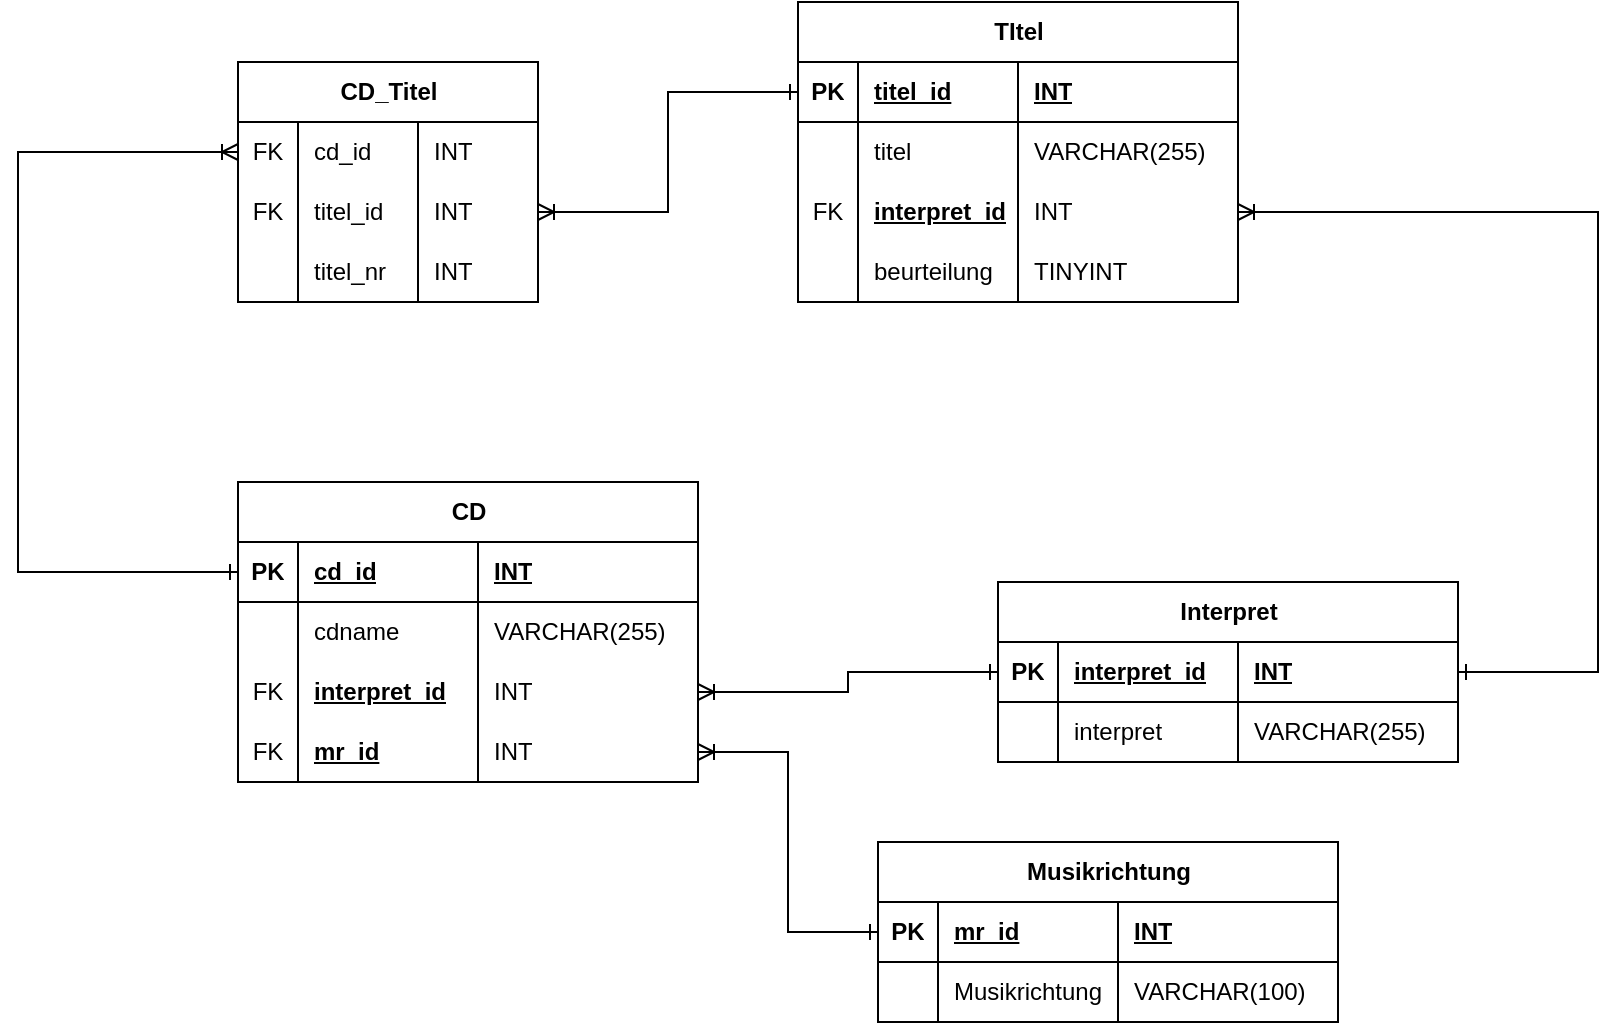
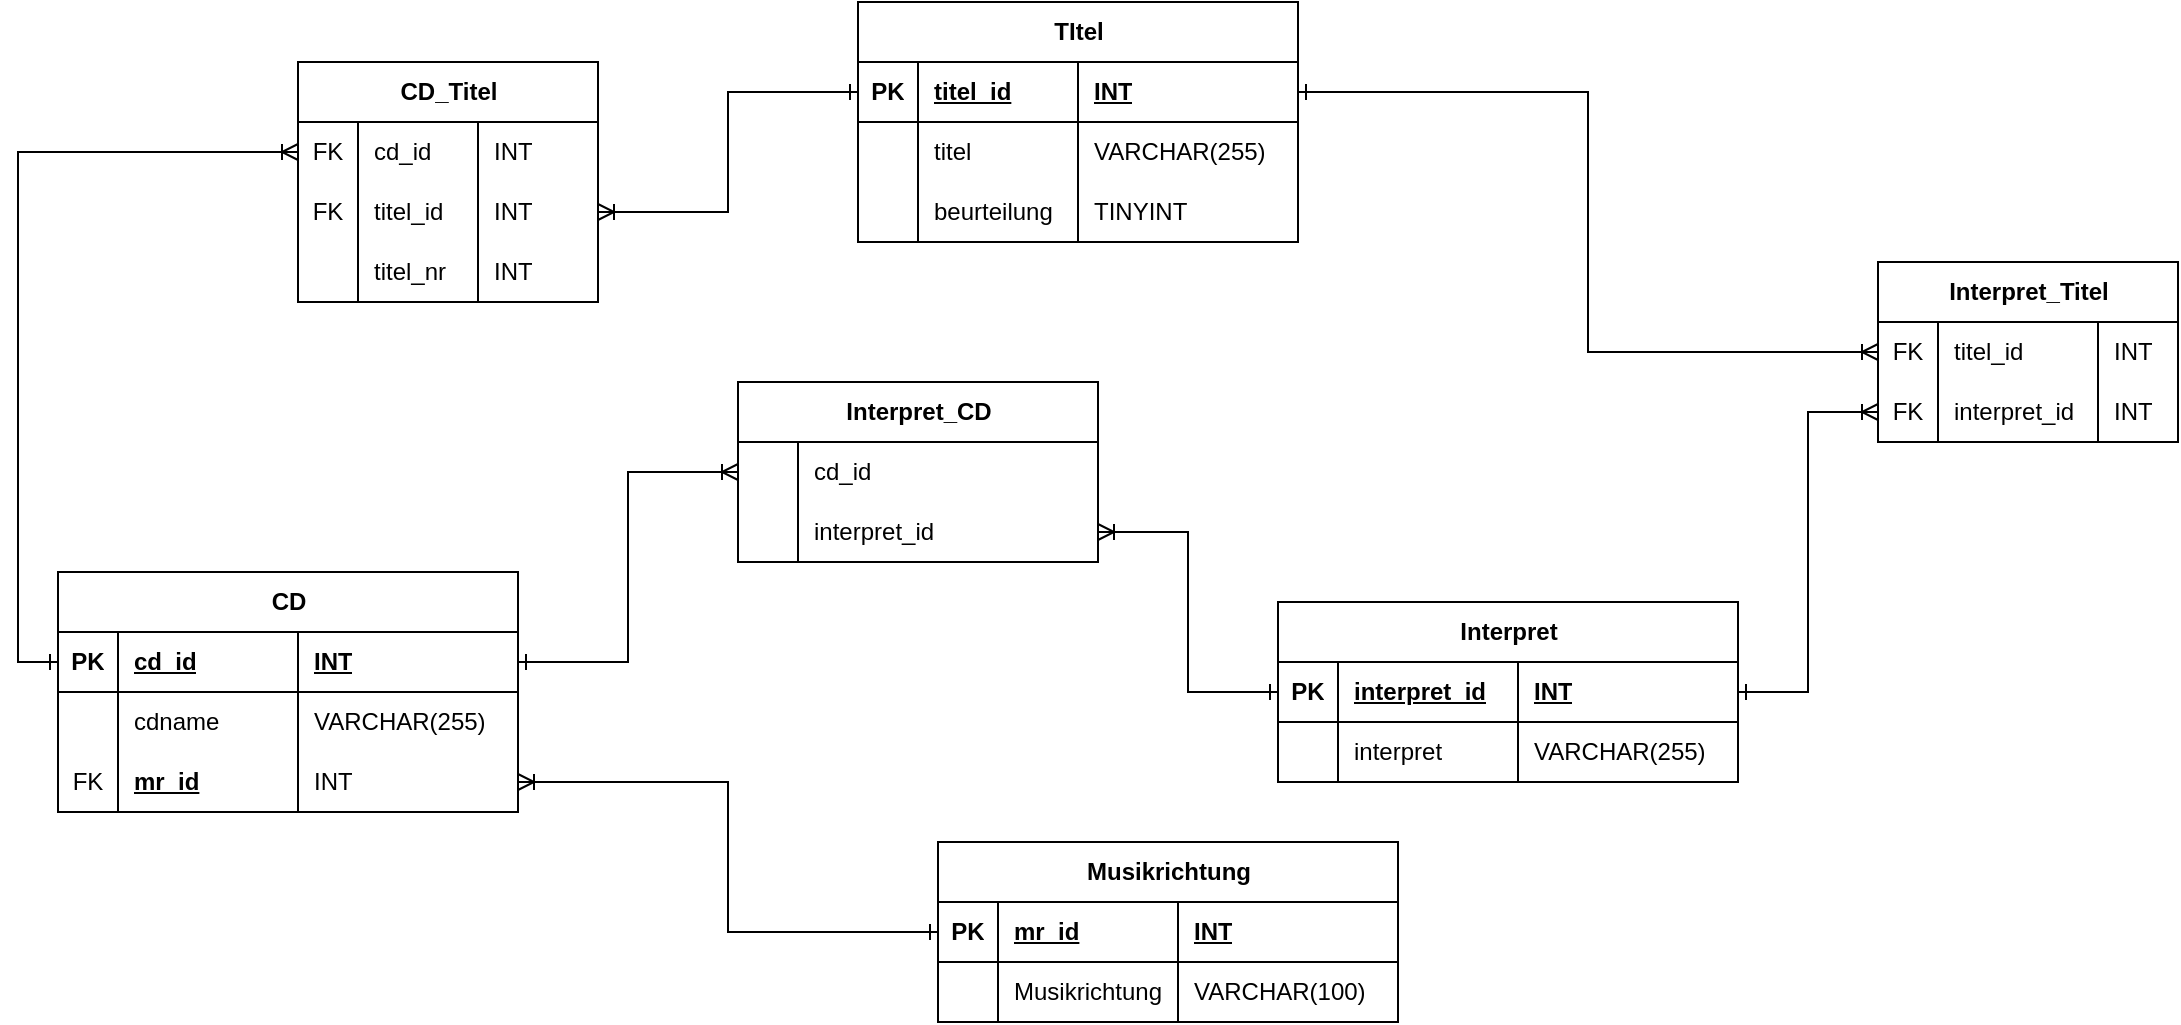
- <mxfile host="Electron" agent="Mozilla/5.0 (Windows NT 10.0; Win64; x64) AppleWebKit/537.36 (KHTML, like Gecko) draw.io/29.6.6 Chrome/144.0.7559.236 Electron/40.8.4 Safari/537.36" version="29.6.6">
+ <mxfile host="Electron" agent="Mozilla/5.0 (Windows NT 10.0; Win64; x64) AppleWebKit/537.36 (KHTML, like Gecko) draw.io/29.6.6 Chrome/144.0.7559.236 Electron/40.8.4 Safari/537.36">
  <diagram name="Page-1" id="Y9Yif99PE2crEbWCWssw">
-     <mxGraphModel dx="1778" dy="663" grid="1" gridSize="10" guides="1" tooltips="1" connect="1" arrows="1" fold="1" page="1" pageScale="1" pageWidth="827" pageHeight="1169" math="0" shadow="0">
+     <mxGraphModel dx="1982" dy="882" grid="1" gridSize="10" guides="1" tooltips="1" connect="1" arrows="1" fold="1" page="1" pageScale="1" pageWidth="827" pageHeight="1169" math="0" shadow="0">
      <root>
        <mxCell id="0" />
        <mxCell id="1" parent="0" />
        <mxCell id="jdIjezK7AvwHEA0svwDj-1" parent="1" style="shape=table;startSize=30;container=1;collapsible=1;childLayout=tableLayout;fixedRows=1;rowLines=0;fontStyle=1;align=center;resizeLast=1;html=1;" value="Musikrichtung" vertex="1">
          <mxGeometry height="90" width="230" x="-140" y="910" as="geometry" />
        </mxCell>
        <mxCell id="jdIjezK7AvwHEA0svwDj-2" parent="jdIjezK7AvwHEA0svwDj-1" style="shape=tableRow;horizontal=0;startSize=0;swimlaneHead=0;swimlaneBody=0;fillColor=none;collapsible=0;dropTarget=0;points=[[0,0.5],[1,0.5]];portConstraint=eastwest;top=0;left=0;right=0;bottom=1;" value="" vertex="1">
          <mxGeometry height="30" width="230" y="30" as="geometry" />
        </mxCell>
        <mxCell id="jdIjezK7AvwHEA0svwDj-3" parent="jdIjezK7AvwHEA0svwDj-2" style="shape=partialRectangle;connectable=0;fillColor=none;top=0;left=0;bottom=0;right=0;fontStyle=1;overflow=hidden;whiteSpace=wrap;html=1;" value="PK" vertex="1">
          <mxGeometry height="30" width="30" as="geometry">
            <mxRectangle height="30" width="30" as="alternateBounds" />
          </mxGeometry>
        </mxCell>
        <mxCell id="jdIjezK7AvwHEA0svwDj-4" parent="jdIjezK7AvwHEA0svwDj-2" style="shape=partialRectangle;connectable=0;fillColor=none;top=0;left=0;bottom=0;right=0;align=left;spacingLeft=6;fontStyle=5;overflow=hidden;whiteSpace=wrap;html=1;" value="mr_id" vertex="1">
          <mxGeometry height="30" width="90" x="30" as="geometry">
            <mxRectangle height="30" width="90" as="alternateBounds" />
          </mxGeometry>
        </mxCell>
        <mxCell id="jdIjezK7AvwHEA0svwDj-14" parent="jdIjezK7AvwHEA0svwDj-2" style="shape=partialRectangle;connectable=0;fillColor=none;top=0;left=0;bottom=0;right=0;align=left;spacingLeft=6;fontStyle=5;overflow=hidden;whiteSpace=wrap;html=1;" value="INT" vertex="1">
          <mxGeometry height="30" width="110" x="120" as="geometry">
            <mxRectangle height="30" width="110" as="alternateBounds" />
          </mxGeometry>
        </mxCell>
        <mxCell id="jdIjezK7AvwHEA0svwDj-5" parent="jdIjezK7AvwHEA0svwDj-1" style="shape=tableRow;horizontal=0;startSize=0;swimlaneHead=0;swimlaneBody=0;fillColor=none;collapsible=0;dropTarget=0;points=[[0,0.5],[1,0.5]];portConstraint=eastwest;top=0;left=0;right=0;bottom=0;" value="" vertex="1">
          <mxGeometry height="30" width="230" y="60" as="geometry" />
        </mxCell>
        <mxCell id="jdIjezK7AvwHEA0svwDj-6" parent="jdIjezK7AvwHEA0svwDj-5" style="shape=partialRectangle;connectable=0;fillColor=none;top=0;left=0;bottom=0;right=0;editable=1;overflow=hidden;whiteSpace=wrap;html=1;" value="" vertex="1">
          <mxGeometry height="30" width="30" as="geometry">
            <mxRectangle height="30" width="30" as="alternateBounds" />
          </mxGeometry>
        </mxCell>
        <mxCell id="jdIjezK7AvwHEA0svwDj-7" parent="jdIjezK7AvwHEA0svwDj-5" style="shape=partialRectangle;connectable=0;fillColor=none;top=0;left=0;bottom=0;right=0;align=left;spacingLeft=6;overflow=hidden;whiteSpace=wrap;html=1;" value="Musikrichtung" vertex="1">
          <mxGeometry height="30" width="90" x="30" as="geometry">
            <mxRectangle height="30" width="90" as="alternateBounds" />
          </mxGeometry>
        </mxCell>
        <mxCell id="jdIjezK7AvwHEA0svwDj-15" parent="jdIjezK7AvwHEA0svwDj-5" style="shape=partialRectangle;connectable=0;fillColor=none;top=0;left=0;bottom=0;right=0;align=left;spacingLeft=6;overflow=hidden;whiteSpace=wrap;html=1;" value="VARCHAR(100)" vertex="1">
          <mxGeometry height="30" width="110" x="120" as="geometry">
            <mxRectangle height="30" width="110" as="alternateBounds" />
          </mxGeometry>
        </mxCell>
        <mxCell id="jdIjezK7AvwHEA0svwDj-16" parent="1" style="shape=table;startSize=30;container=1;collapsible=1;childLayout=tableLayout;fixedRows=1;rowLines=0;fontStyle=1;align=center;resizeLast=1;html=1;" value="Interpret" vertex="1">
-           <mxGeometry height="90" width="230" x="-80" y="780" as="geometry" />
+           <mxGeometry height="90" width="230" x="30" y="790" as="geometry" />
        </mxCell>
        <mxCell id="jdIjezK7AvwHEA0svwDj-17" parent="jdIjezK7AvwHEA0svwDj-16" style="shape=tableRow;horizontal=0;startSize=0;swimlaneHead=0;swimlaneBody=0;fillColor=none;collapsible=0;dropTarget=0;points=[[0,0.5],[1,0.5]];portConstraint=eastwest;top=0;left=0;right=0;bottom=1;" value="" vertex="1">
          <mxGeometry height="30" width="230" y="30" as="geometry" />
        </mxCell>
        <mxCell id="jdIjezK7AvwHEA0svwDj-18" parent="jdIjezK7AvwHEA0svwDj-17" style="shape=partialRectangle;connectable=0;fillColor=none;top=0;left=0;bottom=0;right=0;fontStyle=1;overflow=hidden;whiteSpace=wrap;html=1;" value="PK" vertex="1">
          <mxGeometry height="30" width="30" as="geometry">
            <mxRectangle height="30" width="30" as="alternateBounds" />
          </mxGeometry>
        </mxCell>
        <mxCell id="jdIjezK7AvwHEA0svwDj-19" parent="jdIjezK7AvwHEA0svwDj-17" style="shape=partialRectangle;connectable=0;fillColor=none;top=0;left=0;bottom=0;right=0;align=left;spacingLeft=6;fontStyle=5;overflow=hidden;whiteSpace=wrap;html=1;" value="interpret_id" vertex="1">
          <mxGeometry height="30" width="90" x="30" as="geometry">
            <mxRectangle height="30" width="90" as="alternateBounds" />
          </mxGeometry>
        </mxCell>
        <mxCell id="jdIjezK7AvwHEA0svwDj-29" parent="jdIjezK7AvwHEA0svwDj-17" style="shape=partialRectangle;connectable=0;fillColor=none;top=0;left=0;bottom=0;right=0;align=left;spacingLeft=6;fontStyle=5;overflow=hidden;whiteSpace=wrap;html=1;" value="INT" vertex="1">
          <mxGeometry height="30" width="110" x="120" as="geometry">
            <mxRectangle height="30" width="110" as="alternateBounds" />
          </mxGeometry>
        </mxCell>
        <mxCell id="jdIjezK7AvwHEA0svwDj-20" parent="jdIjezK7AvwHEA0svwDj-16" style="shape=tableRow;horizontal=0;startSize=0;swimlaneHead=0;swimlaneBody=0;fillColor=none;collapsible=0;dropTarget=0;points=[[0,0.5],[1,0.5]];portConstraint=eastwest;top=0;left=0;right=0;bottom=0;" value="" vertex="1">
          <mxGeometry height="30" width="230" y="60" as="geometry" />
        </mxCell>
        <mxCell id="jdIjezK7AvwHEA0svwDj-21" parent="jdIjezK7AvwHEA0svwDj-20" style="shape=partialRectangle;connectable=0;fillColor=none;top=0;left=0;bottom=0;right=0;editable=1;overflow=hidden;whiteSpace=wrap;html=1;" value="" vertex="1">
          <mxGeometry height="30" width="30" as="geometry">
            <mxRectangle height="30" width="30" as="alternateBounds" />
          </mxGeometry>
        </mxCell>
        <mxCell id="jdIjezK7AvwHEA0svwDj-22" parent="jdIjezK7AvwHEA0svwDj-20" style="shape=partialRectangle;connectable=0;fillColor=none;top=0;left=0;bottom=0;right=0;align=left;spacingLeft=6;overflow=hidden;whiteSpace=wrap;html=1;" value="interpret" vertex="1">
          <mxGeometry height="30" width="90" x="30" as="geometry">
            <mxRectangle height="30" width="90" as="alternateBounds" />
          </mxGeometry>
        </mxCell>
        <mxCell id="jdIjezK7AvwHEA0svwDj-30" parent="jdIjezK7AvwHEA0svwDj-20" style="shape=partialRectangle;connectable=0;fillColor=none;top=0;left=0;bottom=0;right=0;align=left;spacingLeft=6;overflow=hidden;whiteSpace=wrap;html=1;" value="VARCHAR(255)" vertex="1">
          <mxGeometry height="30" width="110" x="120" as="geometry">
            <mxRectangle height="30" width="110" as="alternateBounds" />
          </mxGeometry>
        </mxCell>
        <mxCell id="jdIjezK7AvwHEA0svwDj-31" parent="1" style="shape=table;startSize=30;container=1;collapsible=1;childLayout=tableLayout;fixedRows=1;rowLines=0;fontStyle=1;align=center;resizeLast=1;html=1;" value="CD" vertex="1">
-           <mxGeometry height="150" width="230" x="-460" y="730" as="geometry" />
+           <mxGeometry height="120" width="230" x="-580" y="775" as="geometry" />
        </mxCell>
        <mxCell id="jdIjezK7AvwHEA0svwDj-32" parent="jdIjezK7AvwHEA0svwDj-31" style="shape=tableRow;horizontal=0;startSize=0;swimlaneHead=0;swimlaneBody=0;fillColor=none;collapsible=0;dropTarget=0;points=[[0,0.5],[1,0.5]];portConstraint=eastwest;top=0;left=0;right=0;bottom=1;" value="" vertex="1">
          <mxGeometry height="30" width="230" y="30" as="geometry" />
        </mxCell>
        <mxCell id="jdIjezK7AvwHEA0svwDj-33" parent="jdIjezK7AvwHEA0svwDj-32" style="shape=partialRectangle;connectable=0;fillColor=none;top=0;left=0;bottom=0;right=0;fontStyle=1;overflow=hidden;whiteSpace=wrap;html=1;" value="PK" vertex="1">
          <mxGeometry height="30" width="30" as="geometry">
            <mxRectangle height="30" width="30" as="alternateBounds" />
          </mxGeometry>
        </mxCell>
        <mxCell id="jdIjezK7AvwHEA0svwDj-34" parent="jdIjezK7AvwHEA0svwDj-32" style="shape=partialRectangle;connectable=0;fillColor=none;top=0;left=0;bottom=0;right=0;align=left;spacingLeft=6;fontStyle=5;overflow=hidden;whiteSpace=wrap;html=1;" value="cd_id" vertex="1">
          <mxGeometry height="30" width="90" x="30" as="geometry">
            <mxRectangle height="30" width="90" as="alternateBounds" />
          </mxGeometry>
        </mxCell>
        <mxCell id="jdIjezK7AvwHEA0svwDj-69" parent="jdIjezK7AvwHEA0svwDj-32" style="shape=partialRectangle;connectable=0;fillColor=none;top=0;left=0;bottom=0;right=0;align=left;spacingLeft=6;fontStyle=5;overflow=hidden;whiteSpace=wrap;html=1;" value="INT" vertex="1">
          <mxGeometry height="30" width="110" x="120" as="geometry">
            <mxRectangle height="30" width="110" as="alternateBounds" />
          </mxGeometry>
        </mxCell>
        <mxCell id="jdIjezK7AvwHEA0svwDj-35" parent="jdIjezK7AvwHEA0svwDj-31" style="shape=tableRow;horizontal=0;startSize=0;swimlaneHead=0;swimlaneBody=0;fillColor=none;collapsible=0;dropTarget=0;points=[[0,0.5],[1,0.5]];portConstraint=eastwest;top=0;left=0;right=0;bottom=0;" value="" vertex="1">
          <mxGeometry height="30" width="230" y="60" as="geometry" />
        </mxCell>
        <mxCell id="jdIjezK7AvwHEA0svwDj-36" parent="jdIjezK7AvwHEA0svwDj-35" style="shape=partialRectangle;connectable=0;fillColor=none;top=0;left=0;bottom=0;right=0;editable=1;overflow=hidden;whiteSpace=wrap;html=1;" value="" vertex="1">
          <mxGeometry height="30" width="30" as="geometry">
            <mxRectangle height="30" width="30" as="alternateBounds" />
          </mxGeometry>
        </mxCell>
        <mxCell id="jdIjezK7AvwHEA0svwDj-37" parent="jdIjezK7AvwHEA0svwDj-35" style="shape=partialRectangle;connectable=0;fillColor=none;top=0;left=0;bottom=0;right=0;align=left;spacingLeft=6;overflow=hidden;whiteSpace=wrap;html=1;" value="cdname" vertex="1">
          <mxGeometry height="30" width="90" x="30" as="geometry">
            <mxRectangle height="30" width="90" as="alternateBounds" />
          </mxGeometry>
        </mxCell>
        <mxCell id="jdIjezK7AvwHEA0svwDj-70" parent="jdIjezK7AvwHEA0svwDj-35" style="shape=partialRectangle;connectable=0;fillColor=none;top=0;left=0;bottom=0;right=0;align=left;spacingLeft=6;overflow=hidden;whiteSpace=wrap;html=1;" value="VARCHAR(255)" vertex="1">
          <mxGeometry height="30" width="110" x="120" as="geometry">
            <mxRectangle height="30" width="110" as="alternateBounds" />
          </mxGeometry>
        </mxCell>
-         <mxCell id="jdIjezK7AvwHEA0svwDj-38" parent="jdIjezK7AvwHEA0svwDj-31" style="shape=tableRow;horizontal=0;startSize=0;swimlaneHead=0;swimlaneBody=0;fillColor=none;collapsible=0;dropTarget=0;points=[[0,0.5],[1,0.5]];portConstraint=eastwest;top=0;left=0;right=0;bottom=0;" value="" vertex="1">
+         <mxCell id="jdIjezK7AvwHEA0svwDj-41" parent="jdIjezK7AvwHEA0svwDj-31" style="shape=tableRow;horizontal=0;startSize=0;swimlaneHead=0;swimlaneBody=0;fillColor=none;collapsible=0;dropTarget=0;points=[[0,0.5],[1,0.5]];portConstraint=eastwest;top=0;left=0;right=0;bottom=0;" value="" vertex="1">
          <mxGeometry height="30" width="230" y="90" as="geometry" />
        </mxCell>
-         <mxCell id="jdIjezK7AvwHEA0svwDj-39" parent="jdIjezK7AvwHEA0svwDj-38" style="shape=partialRectangle;connectable=0;fillColor=none;top=0;left=0;bottom=0;right=0;editable=1;overflow=hidden;whiteSpace=wrap;html=1;" value="FK" vertex="1">
-           <mxGeometry height="30" width="30" as="geometry">
-             <mxRectangle height="30" width="30" as="alternateBounds" />
-           </mxGeometry>
-         </mxCell>
-         <mxCell id="jdIjezK7AvwHEA0svwDj-40" parent="jdIjezK7AvwHEA0svwDj-38" style="shape=partialRectangle;connectable=0;fillColor=none;top=0;left=0;bottom=0;right=0;align=left;spacingLeft=6;overflow=hidden;whiteSpace=wrap;html=1;" value="&lt;span style=&quot;font-weight: 700; text-decoration-line: underline;&quot;&gt;interpret_id&lt;/span&gt;" vertex="1">
-           <mxGeometry height="30" width="90" x="30" as="geometry">
-             <mxRectangle height="30" width="90" as="alternateBounds" />
-           </mxGeometry>
-         </mxCell>
-         <mxCell id="jdIjezK7AvwHEA0svwDj-71" parent="jdIjezK7AvwHEA0svwDj-38" style="shape=partialRectangle;connectable=0;fillColor=none;top=0;left=0;bottom=0;right=0;align=left;spacingLeft=6;overflow=hidden;whiteSpace=wrap;html=1;" value="INT" vertex="1">
-           <mxGeometry height="30" width="110" x="120" as="geometry">
-             <mxRectangle height="30" width="110" as="alternateBounds" />
-           </mxGeometry>
-         </mxCell>
-         <mxCell id="jdIjezK7AvwHEA0svwDj-41" parent="jdIjezK7AvwHEA0svwDj-31" style="shape=tableRow;horizontal=0;startSize=0;swimlaneHead=0;swimlaneBody=0;fillColor=none;collapsible=0;dropTarget=0;points=[[0,0.5],[1,0.5]];portConstraint=eastwest;top=0;left=0;right=0;bottom=0;" value="" vertex="1">
-           <mxGeometry height="30" width="230" y="120" as="geometry" />
-         </mxCell>
        <mxCell id="jdIjezK7AvwHEA0svwDj-42" parent="jdIjezK7AvwHEA0svwDj-41" style="shape=partialRectangle;connectable=0;fillColor=none;top=0;left=0;bottom=0;right=0;editable=1;overflow=hidden;whiteSpace=wrap;html=1;" value="FK" vertex="1">
          <mxGeometry height="30" width="30" as="geometry">
            <mxRectangle height="30" width="30" as="alternateBounds" />
          </mxGeometry>
        </mxCell>
        <mxCell id="jdIjezK7AvwHEA0svwDj-43" parent="jdIjezK7AvwHEA0svwDj-41" style="shape=partialRectangle;connectable=0;fillColor=none;top=0;left=0;bottom=0;right=0;align=left;spacingLeft=6;overflow=hidden;whiteSpace=wrap;html=1;" value="&lt;span style=&quot;font-weight: 700; text-decoration-line: underline;&quot;&gt;mr_id&lt;/span&gt;" vertex="1">
          <mxGeometry height="30" width="90" x="30" as="geometry">
            <mxRectangle height="30" width="90" as="alternateBounds" />
          </mxGeometry>
        </mxCell>
        <mxCell id="jdIjezK7AvwHEA0svwDj-72" parent="jdIjezK7AvwHEA0svwDj-41" style="shape=partialRectangle;connectable=0;fillColor=none;top=0;left=0;bottom=0;right=0;align=left;spacingLeft=6;overflow=hidden;whiteSpace=wrap;html=1;" value="INT" vertex="1">
          <mxGeometry height="30" width="110" x="120" as="geometry">
            <mxRectangle height="30" width="110" as="alternateBounds" />
          </mxGeometry>
        </mxCell>
        <mxCell id="jdIjezK7AvwHEA0svwDj-44" parent="1" style="shape=table;startSize=30;container=1;collapsible=1;childLayout=tableLayout;fixedRows=1;rowLines=0;fontStyle=1;align=center;resizeLast=1;html=1;" value="TItel" vertex="1">
-           <mxGeometry height="150" width="220" x="-180" y="490" as="geometry" />
+           <mxGeometry height="120" width="220" x="-180" y="490" as="geometry" />
        </mxCell>
        <mxCell id="jdIjezK7AvwHEA0svwDj-45" parent="jdIjezK7AvwHEA0svwDj-44" style="shape=tableRow;horizontal=0;startSize=0;swimlaneHead=0;swimlaneBody=0;fillColor=none;collapsible=0;dropTarget=0;points=[[0,0.5],[1,0.5]];portConstraint=eastwest;top=0;left=0;right=0;bottom=1;" value="" vertex="1">
          <mxGeometry height="30" width="220" y="30" as="geometry" />
        </mxCell>
        <mxCell id="jdIjezK7AvwHEA0svwDj-46" parent="jdIjezK7AvwHEA0svwDj-45" style="shape=partialRectangle;connectable=0;fillColor=none;top=0;left=0;bottom=0;right=0;fontStyle=1;overflow=hidden;whiteSpace=wrap;html=1;" value="PK" vertex="1">
          <mxGeometry height="30" width="30" as="geometry">
            <mxRectangle height="30" width="30" as="alternateBounds" />
          </mxGeometry>
        </mxCell>
        <mxCell id="jdIjezK7AvwHEA0svwDj-47" parent="jdIjezK7AvwHEA0svwDj-45" style="shape=partialRectangle;connectable=0;fillColor=none;top=0;left=0;bottom=0;right=0;align=left;spacingLeft=6;fontStyle=5;overflow=hidden;whiteSpace=wrap;html=1;" value="titel_id" vertex="1">
          <mxGeometry height="30" width="80" x="30" as="geometry">
            <mxRectangle height="30" width="80" as="alternateBounds" />
          </mxGeometry>
        </mxCell>
        <mxCell id="jdIjezK7AvwHEA0svwDj-63" parent="jdIjezK7AvwHEA0svwDj-45" style="shape=partialRectangle;connectable=0;fillColor=none;top=0;left=0;bottom=0;right=0;align=left;spacingLeft=6;fontStyle=5;overflow=hidden;whiteSpace=wrap;html=1;" value="INT" vertex="1">
          <mxGeometry height="30" width="110" x="110" as="geometry">
            <mxRectangle height="30" width="110" as="alternateBounds" />
          </mxGeometry>
        </mxCell>
        <mxCell id="jdIjezK7AvwHEA0svwDj-54" parent="jdIjezK7AvwHEA0svwDj-44" style="shape=tableRow;horizontal=0;startSize=0;swimlaneHead=0;swimlaneBody=0;fillColor=none;collapsible=0;dropTarget=0;points=[[0,0.5],[1,0.5]];portConstraint=eastwest;top=0;left=0;right=0;bottom=0;" value="" vertex="1">
          <mxGeometry height="30" width="220" y="60" as="geometry" />
        </mxCell>
        <mxCell id="jdIjezK7AvwHEA0svwDj-55" parent="jdIjezK7AvwHEA0svwDj-54" style="shape=partialRectangle;connectable=0;fillColor=none;top=0;left=0;bottom=0;right=0;editable=1;overflow=hidden;whiteSpace=wrap;html=1;" value="" vertex="1">
          <mxGeometry height="30" width="30" as="geometry">
            <mxRectangle height="30" width="30" as="alternateBounds" />
          </mxGeometry>
        </mxCell>
        <mxCell id="jdIjezK7AvwHEA0svwDj-56" parent="jdIjezK7AvwHEA0svwDj-54" style="shape=partialRectangle;connectable=0;fillColor=none;top=0;left=0;bottom=0;right=0;align=left;spacingLeft=6;overflow=hidden;whiteSpace=wrap;html=1;" value="titel" vertex="1">
          <mxGeometry height="30" width="80" x="30" as="geometry">
            <mxRectangle height="30" width="80" as="alternateBounds" />
          </mxGeometry>
        </mxCell>
        <mxCell id="jdIjezK7AvwHEA0svwDj-66" parent="jdIjezK7AvwHEA0svwDj-54" style="shape=partialRectangle;connectable=0;fillColor=none;top=0;left=0;bottom=0;right=0;align=left;spacingLeft=6;overflow=hidden;whiteSpace=wrap;html=1;" value="VARCHAR(255)" vertex="1">
          <mxGeometry height="30" width="110" x="110" as="geometry">
            <mxRectangle height="30" width="110" as="alternateBounds" />
          </mxGeometry>
        </mxCell>
-         <mxCell id="jdIjezK7AvwHEA0svwDj-57" parent="jdIjezK7AvwHEA0svwDj-44" style="shape=tableRow;horizontal=0;startSize=0;swimlaneHead=0;swimlaneBody=0;fillColor=none;collapsible=0;dropTarget=0;points=[[0,0.5],[1,0.5]];portConstraint=eastwest;top=0;left=0;right=0;bottom=0;" vertex="1">
+         <mxCell id="jdIjezK7AvwHEA0svwDj-60" parent="jdIjezK7AvwHEA0svwDj-44" style="shape=tableRow;horizontal=0;startSize=0;swimlaneHead=0;swimlaneBody=0;fillColor=none;collapsible=0;dropTarget=0;points=[[0,0.5],[1,0.5]];portConstraint=eastwest;top=0;left=0;right=0;bottom=0;" vertex="1">
          <mxGeometry height="30" width="220" y="90" as="geometry" />
-         </mxCell>
-         <mxCell id="jdIjezK7AvwHEA0svwDj-58" parent="jdIjezK7AvwHEA0svwDj-57" style="shape=partialRectangle;connectable=0;fillColor=none;top=0;left=0;bottom=0;right=0;editable=1;overflow=hidden;whiteSpace=wrap;html=1;" value="FK" vertex="1">
-           <mxGeometry height="30" width="30" as="geometry">
-             <mxRectangle height="30" width="30" as="alternateBounds" />
-           </mxGeometry>
-         </mxCell>
-         <mxCell id="jdIjezK7AvwHEA0svwDj-59" parent="jdIjezK7AvwHEA0svwDj-57" style="shape=partialRectangle;connectable=0;fillColor=none;top=0;left=0;bottom=0;right=0;align=left;spacingLeft=6;overflow=hidden;whiteSpace=wrap;html=1;" value="&lt;span style=&quot;font-weight: 700; text-decoration-line: underline;&quot;&gt;interpret_id&lt;/span&gt;" vertex="1">
-           <mxGeometry height="30" width="80" x="30" as="geometry">
-             <mxRectangle height="30" width="80" as="alternateBounds" />
-           </mxGeometry>
-         </mxCell>
-         <mxCell id="jdIjezK7AvwHEA0svwDj-67" parent="jdIjezK7AvwHEA0svwDj-57" style="shape=partialRectangle;connectable=0;fillColor=none;top=0;left=0;bottom=0;right=0;align=left;spacingLeft=6;overflow=hidden;whiteSpace=wrap;html=1;" value="INT" vertex="1">
-           <mxGeometry height="30" width="110" x="110" as="geometry">
-             <mxRectangle height="30" width="110" as="alternateBounds" />
-           </mxGeometry>
-         </mxCell>
-         <mxCell id="jdIjezK7AvwHEA0svwDj-60" parent="jdIjezK7AvwHEA0svwDj-44" style="shape=tableRow;horizontal=0;startSize=0;swimlaneHead=0;swimlaneBody=0;fillColor=none;collapsible=0;dropTarget=0;points=[[0,0.5],[1,0.5]];portConstraint=eastwest;top=0;left=0;right=0;bottom=0;" vertex="1">
-           <mxGeometry height="30" width="220" y="120" as="geometry" />
        </mxCell>
        <mxCell id="jdIjezK7AvwHEA0svwDj-61" parent="jdIjezK7AvwHEA0svwDj-60" style="shape=partialRectangle;connectable=0;fillColor=none;top=0;left=0;bottom=0;right=0;editable=1;overflow=hidden;whiteSpace=wrap;html=1;" vertex="1">
          <mxGeometry height="30" width="30" as="geometry">
            <mxRectangle height="30" width="30" as="alternateBounds" />
          </mxGeometry>
        </mxCell>
        <mxCell id="jdIjezK7AvwHEA0svwDj-62" parent="jdIjezK7AvwHEA0svwDj-60" style="shape=partialRectangle;connectable=0;fillColor=none;top=0;left=0;bottom=0;right=0;align=left;spacingLeft=6;overflow=hidden;whiteSpace=wrap;html=1;" value="beurteilung" vertex="1">
          <mxGeometry height="30" width="80" x="30" as="geometry">
            <mxRectangle height="30" width="80" as="alternateBounds" />
          </mxGeometry>
        </mxCell>
        <mxCell id="jdIjezK7AvwHEA0svwDj-68" parent="jdIjezK7AvwHEA0svwDj-60" style="shape=partialRectangle;connectable=0;fillColor=none;top=0;left=0;bottom=0;right=0;align=left;spacingLeft=6;overflow=hidden;whiteSpace=wrap;html=1;" value="TINYINT" vertex="1">
          <mxGeometry height="30" width="110" x="110" as="geometry">
            <mxRectangle height="30" width="110" as="alternateBounds" />
          </mxGeometry>
        </mxCell>
        <mxCell id="jdIjezK7AvwHEA0svwDj-74" edge="1" parent="1" source="jdIjezK7AvwHEA0svwDj-2" style="edgeStyle=orthogonalEdgeStyle;rounded=0;orthogonalLoop=1;jettySize=auto;html=1;entryX=1;entryY=0.5;entryDx=0;entryDy=0;startArrow=ERone;startFill=0;endArrow=ERoneToMany;endFill=0;" target="jdIjezK7AvwHEA0svwDj-41">
          <mxGeometry relative="1" as="geometry" />
        </mxCell>
-         <mxCell id="jdIjezK7AvwHEA0svwDj-77" edge="1" parent="1" source="jdIjezK7AvwHEA0svwDj-17" style="edgeStyle=orthogonalEdgeStyle;rounded=0;orthogonalLoop=1;jettySize=auto;html=1;startArrow=ERone;startFill=0;endArrow=ERoneToMany;endFill=0;" target="jdIjezK7AvwHEA0svwDj-38">
-           <mxGeometry relative="1" as="geometry" />
-         </mxCell>
        <mxCell id="jdIjezK7AvwHEA0svwDj-81" parent="1" style="shape=table;startSize=30;container=1;collapsible=1;childLayout=tableLayout;fixedRows=1;rowLines=0;fontStyle=1;align=center;resizeLast=1;html=1;" value="CD_Titel" vertex="1">
          <mxGeometry height="120" width="150" x="-460" y="520" as="geometry" />
        </mxCell>
        <mxCell id="jdIjezK7AvwHEA0svwDj-85" parent="jdIjezK7AvwHEA0svwDj-81" style="shape=tableRow;horizontal=0;startSize=0;swimlaneHead=0;swimlaneBody=0;fillColor=none;collapsible=0;dropTarget=0;points=[[0,0.5],[1,0.5]];portConstraint=eastwest;top=0;left=0;right=0;bottom=0;" value="" vertex="1">
          <mxGeometry height="30" width="150" y="30" as="geometry" />
        </mxCell>
        <mxCell id="jdIjezK7AvwHEA0svwDj-86" parent="jdIjezK7AvwHEA0svwDj-85" style="shape=partialRectangle;connectable=0;fillColor=none;top=0;left=0;bottom=0;right=0;editable=1;overflow=hidden;whiteSpace=wrap;html=1;" value="FK" vertex="1">
          <mxGeometry height="30" width="30" as="geometry">
            <mxRectangle height="30" width="30" as="alternateBounds" />
          </mxGeometry>
        </mxCell>
        <mxCell id="jdIjezK7AvwHEA0svwDj-87" parent="jdIjezK7AvwHEA0svwDj-85" style="shape=partialRectangle;connectable=0;fillColor=none;top=0;left=0;bottom=0;right=0;align=left;spacingLeft=6;overflow=hidden;whiteSpace=wrap;html=1;" value="cd_id" vertex="1">
          <mxGeometry height="30" width="60" x="30" as="geometry">
            <mxRectangle height="30" width="60" as="alternateBounds" />
          </mxGeometry>
        </mxCell>
        <mxCell id="jdIjezK7AvwHEA0svwDj-97" parent="jdIjezK7AvwHEA0svwDj-85" style="shape=partialRectangle;connectable=0;fillColor=none;top=0;left=0;bottom=0;right=0;align=left;spacingLeft=6;overflow=hidden;whiteSpace=wrap;html=1;" value="INT" vertex="1">
          <mxGeometry height="30" width="60" x="90" as="geometry">
            <mxRectangle height="30" width="60" as="alternateBounds" />
          </mxGeometry>
        </mxCell>
        <mxCell id="jdIjezK7AvwHEA0svwDj-88" parent="jdIjezK7AvwHEA0svwDj-81" style="shape=tableRow;horizontal=0;startSize=0;swimlaneHead=0;swimlaneBody=0;fillColor=none;collapsible=0;dropTarget=0;points=[[0,0.5],[1,0.5]];portConstraint=eastwest;top=0;left=0;right=0;bottom=0;" value="" vertex="1">
          <mxGeometry height="30" width="150" y="60" as="geometry" />
        </mxCell>
        <mxCell id="jdIjezK7AvwHEA0svwDj-89" parent="jdIjezK7AvwHEA0svwDj-88" style="shape=partialRectangle;connectable=0;fillColor=none;top=0;left=0;bottom=0;right=0;editable=1;overflow=hidden;whiteSpace=wrap;html=1;" value="FK" vertex="1">
          <mxGeometry height="30" width="30" as="geometry">
            <mxRectangle height="30" width="30" as="alternateBounds" />
          </mxGeometry>
        </mxCell>
        <mxCell id="jdIjezK7AvwHEA0svwDj-90" parent="jdIjezK7AvwHEA0svwDj-88" style="shape=partialRectangle;connectable=0;fillColor=none;top=0;left=0;bottom=0;right=0;align=left;spacingLeft=6;overflow=hidden;whiteSpace=wrap;html=1;" value="titel_id" vertex="1">
          <mxGeometry height="30" width="60" x="30" as="geometry">
            <mxRectangle height="30" width="60" as="alternateBounds" />
          </mxGeometry>
        </mxCell>
        <mxCell id="jdIjezK7AvwHEA0svwDj-98" parent="jdIjezK7AvwHEA0svwDj-88" style="shape=partialRectangle;connectable=0;fillColor=none;top=0;left=0;bottom=0;right=0;align=left;spacingLeft=6;overflow=hidden;whiteSpace=wrap;html=1;" value="INT" vertex="1">
          <mxGeometry height="30" width="60" x="90" as="geometry">
            <mxRectangle height="30" width="60" as="alternateBounds" />
          </mxGeometry>
        </mxCell>
        <mxCell id="jdIjezK7AvwHEA0svwDj-91" parent="jdIjezK7AvwHEA0svwDj-81" style="shape=tableRow;horizontal=0;startSize=0;swimlaneHead=0;swimlaneBody=0;fillColor=none;collapsible=0;dropTarget=0;points=[[0,0.5],[1,0.5]];portConstraint=eastwest;top=0;left=0;right=0;bottom=0;" value="" vertex="1">
          <mxGeometry height="30" width="150" y="90" as="geometry" />
        </mxCell>
        <mxCell id="jdIjezK7AvwHEA0svwDj-92" parent="jdIjezK7AvwHEA0svwDj-91" style="shape=partialRectangle;connectable=0;fillColor=none;top=0;left=0;bottom=0;right=0;editable=1;overflow=hidden;whiteSpace=wrap;html=1;" value="" vertex="1">
          <mxGeometry height="30" width="30" as="geometry">
            <mxRectangle height="30" width="30" as="alternateBounds" />
          </mxGeometry>
        </mxCell>
        <mxCell id="jdIjezK7AvwHEA0svwDj-93" parent="jdIjezK7AvwHEA0svwDj-91" style="shape=partialRectangle;connectable=0;fillColor=none;top=0;left=0;bottom=0;right=0;align=left;spacingLeft=6;overflow=hidden;whiteSpace=wrap;html=1;" value="titel_nr" vertex="1">
          <mxGeometry height="30" width="60" x="30" as="geometry">
            <mxRectangle height="30" width="60" as="alternateBounds" />
          </mxGeometry>
        </mxCell>
        <mxCell id="jdIjezK7AvwHEA0svwDj-99" parent="jdIjezK7AvwHEA0svwDj-91" style="shape=partialRectangle;connectable=0;fillColor=none;top=0;left=0;bottom=0;right=0;align=left;spacingLeft=6;overflow=hidden;whiteSpace=wrap;html=1;" value="INT" vertex="1">
          <mxGeometry height="30" width="60" x="90" as="geometry">
            <mxRectangle height="30" width="60" as="alternateBounds" />
          </mxGeometry>
        </mxCell>
-         <mxCell id="jdIjezK7AvwHEA0svwDj-94" edge="1" parent="1" source="jdIjezK7AvwHEA0svwDj-32" style="edgeStyle=orthogonalEdgeStyle;rounded=0;orthogonalLoop=1;jettySize=auto;html=1;entryX=0;entryY=0.5;entryDx=0;entryDy=0;startArrow=ERone;startFill=0;endArrow=ERoneToMany;endFill=0;" target="jdIjezK7AvwHEA0svwDj-85">
-           <mxGeometry relative="1" as="geometry">
-             <Array as="points">
-               <mxPoint x="-570" y="775" />
-               <mxPoint x="-570" y="565" />
-             </Array>
-           </mxGeometry>
-         </mxCell>
        <mxCell id="jdIjezK7AvwHEA0svwDj-95" edge="1" parent="1" source="jdIjezK7AvwHEA0svwDj-45" style="edgeStyle=orthogonalEdgeStyle;rounded=0;orthogonalLoop=1;jettySize=auto;html=1;entryX=1;entryY=0.5;entryDx=0;entryDy=0;startArrow=ERone;startFill=0;endArrow=ERoneToMany;endFill=0;" target="jdIjezK7AvwHEA0svwDj-88">
          <mxGeometry relative="1" as="geometry" />
        </mxCell>
-         <mxCell id="jdIjezK7AvwHEA0svwDj-96" edge="1" parent="1" source="jdIjezK7AvwHEA0svwDj-17" style="edgeStyle=orthogonalEdgeStyle;rounded=0;orthogonalLoop=1;jettySize=auto;html=1;entryX=1;entryY=0.5;entryDx=0;entryDy=0;startArrow=ERone;startFill=0;endArrow=ERoneToMany;endFill=0;" target="jdIjezK7AvwHEA0svwDj-57">
-           <mxGeometry relative="1" as="geometry">
-             <Array as="points">
-               <mxPoint x="220" y="825" />
-               <mxPoint x="220" y="595" />
-             </Array>
-           </mxGeometry>
+         <mxCell id="ID2Fzh_SwZs6bL7ckE7a-1" parent="1" style="shape=table;startSize=30;container=1;collapsible=1;childLayout=tableLayout;fixedRows=1;rowLines=0;fontStyle=1;align=center;resizeLast=1;html=1;" value="Interpret_Titel" vertex="1">
+           <mxGeometry height="90" width="150" x="330" y="620" as="geometry" />
+         </mxCell>
+         <mxCell id="ID2Fzh_SwZs6bL7ckE7a-5" parent="ID2Fzh_SwZs6bL7ckE7a-1" style="shape=tableRow;horizontal=0;startSize=0;swimlaneHead=0;swimlaneBody=0;fillColor=none;collapsible=0;dropTarget=0;points=[[0,0.5],[1,0.5]];portConstraint=eastwest;top=0;left=0;right=0;bottom=0;" value="" vertex="1">
+           <mxGeometry height="30" width="150" y="30" as="geometry" />
+         </mxCell>
+         <mxCell id="ID2Fzh_SwZs6bL7ckE7a-6" parent="ID2Fzh_SwZs6bL7ckE7a-5" style="shape=partialRectangle;connectable=0;fillColor=none;top=0;left=0;bottom=0;right=0;editable=1;overflow=hidden;whiteSpace=wrap;html=1;" value="FK" vertex="1">
+           <mxGeometry height="30" width="30" as="geometry">
+             <mxRectangle height="30" width="30" as="alternateBounds" />
+           </mxGeometry>
+         </mxCell>
+         <mxCell id="ID2Fzh_SwZs6bL7ckE7a-7" parent="ID2Fzh_SwZs6bL7ckE7a-5" style="shape=partialRectangle;connectable=0;fillColor=none;top=0;left=0;bottom=0;right=0;align=left;spacingLeft=6;overflow=hidden;whiteSpace=wrap;html=1;" value="titel_id" vertex="1">
+           <mxGeometry height="30" width="80" x="30" as="geometry">
+             <mxRectangle height="30" width="80" as="alternateBounds" />
+           </mxGeometry>
+         </mxCell>
+         <mxCell id="ID2Fzh_SwZs6bL7ckE7a-14" parent="ID2Fzh_SwZs6bL7ckE7a-5" style="shape=partialRectangle;connectable=0;fillColor=none;top=0;left=0;bottom=0;right=0;align=left;spacingLeft=6;overflow=hidden;whiteSpace=wrap;html=1;" value="INT" vertex="1">
+           <mxGeometry height="30" width="40" x="110" as="geometry">
+             <mxRectangle height="30" width="40" as="alternateBounds" />
+           </mxGeometry>
+         </mxCell>
+         <mxCell id="ID2Fzh_SwZs6bL7ckE7a-8" parent="ID2Fzh_SwZs6bL7ckE7a-1" style="shape=tableRow;horizontal=0;startSize=0;swimlaneHead=0;swimlaneBody=0;fillColor=none;collapsible=0;dropTarget=0;points=[[0,0.5],[1,0.5]];portConstraint=eastwest;top=0;left=0;right=0;bottom=0;" value="" vertex="1">
+           <mxGeometry height="30" width="150" y="60" as="geometry" />
+         </mxCell>
+         <mxCell id="ID2Fzh_SwZs6bL7ckE7a-9" parent="ID2Fzh_SwZs6bL7ckE7a-8" style="shape=partialRectangle;connectable=0;fillColor=none;top=0;left=0;bottom=0;right=0;editable=1;overflow=hidden;whiteSpace=wrap;html=1;" value="FK" vertex="1">
+           <mxGeometry height="30" width="30" as="geometry">
+             <mxRectangle height="30" width="30" as="alternateBounds" />
+           </mxGeometry>
+         </mxCell>
+         <mxCell id="ID2Fzh_SwZs6bL7ckE7a-10" parent="ID2Fzh_SwZs6bL7ckE7a-8" style="shape=partialRectangle;connectable=0;fillColor=none;top=0;left=0;bottom=0;right=0;align=left;spacingLeft=6;overflow=hidden;whiteSpace=wrap;html=1;" value="interpret_id" vertex="1">
+           <mxGeometry height="30" width="80" x="30" as="geometry">
+             <mxRectangle height="30" width="80" as="alternateBounds" />
+           </mxGeometry>
+         </mxCell>
+         <mxCell id="ID2Fzh_SwZs6bL7ckE7a-15" parent="ID2Fzh_SwZs6bL7ckE7a-8" style="shape=partialRectangle;connectable=0;fillColor=none;top=0;left=0;bottom=0;right=0;align=left;spacingLeft=6;overflow=hidden;whiteSpace=wrap;html=1;" value="INT" vertex="1">
+           <mxGeometry height="30" width="40" x="110" as="geometry">
+             <mxRectangle height="30" width="40" as="alternateBounds" />
+           </mxGeometry>
+         </mxCell>
+         <mxCell id="ID2Fzh_SwZs6bL7ckE7a-16" edge="1" parent="1" source="jdIjezK7AvwHEA0svwDj-45" style="edgeStyle=orthogonalEdgeStyle;rounded=0;orthogonalLoop=1;jettySize=auto;html=1;entryX=0;entryY=0.5;entryDx=0;entryDy=0;startArrow=ERone;startFill=0;endArrow=ERoneToMany;endFill=0;" target="ID2Fzh_SwZs6bL7ckE7a-1">
+           <mxGeometry relative="1" as="geometry" />
+         </mxCell>
+         <mxCell id="ID2Fzh_SwZs6bL7ckE7a-17" edge="1" parent="1" source="jdIjezK7AvwHEA0svwDj-17" style="edgeStyle=orthogonalEdgeStyle;rounded=0;orthogonalLoop=1;jettySize=auto;html=1;entryX=0;entryY=0.5;entryDx=0;entryDy=0;startArrow=ERone;startFill=0;endArrow=ERoneToMany;endFill=0;" target="ID2Fzh_SwZs6bL7ckE7a-8">
+           <mxGeometry relative="1" as="geometry" />
+         </mxCell>
+         <mxCell id="ID2Fzh_SwZs6bL7ckE7a-18" parent="1" style="shape=table;startSize=30;container=1;collapsible=1;childLayout=tableLayout;fixedRows=1;rowLines=0;fontStyle=1;align=center;resizeLast=1;html=1;" value="Interpret_CD" vertex="1">
+           <mxGeometry height="90" width="180" x="-240" y="680" as="geometry" />
+         </mxCell>
+         <mxCell id="ID2Fzh_SwZs6bL7ckE7a-22" parent="ID2Fzh_SwZs6bL7ckE7a-18" style="shape=tableRow;horizontal=0;startSize=0;swimlaneHead=0;swimlaneBody=0;fillColor=none;collapsible=0;dropTarget=0;points=[[0,0.5],[1,0.5]];portConstraint=eastwest;top=0;left=0;right=0;bottom=0;" value="" vertex="1">
+           <mxGeometry height="30" width="180" y="30" as="geometry" />
+         </mxCell>
+         <mxCell id="ID2Fzh_SwZs6bL7ckE7a-23" parent="ID2Fzh_SwZs6bL7ckE7a-22" style="shape=partialRectangle;connectable=0;fillColor=none;top=0;left=0;bottom=0;right=0;editable=1;overflow=hidden;whiteSpace=wrap;html=1;" value="" vertex="1">
+           <mxGeometry height="30" width="30" as="geometry">
+             <mxRectangle height="30" width="30" as="alternateBounds" />
+           </mxGeometry>
+         </mxCell>
+         <mxCell id="ID2Fzh_SwZs6bL7ckE7a-24" parent="ID2Fzh_SwZs6bL7ckE7a-22" style="shape=partialRectangle;connectable=0;fillColor=none;top=0;left=0;bottom=0;right=0;align=left;spacingLeft=6;overflow=hidden;whiteSpace=wrap;html=1;" value="cd_id" vertex="1">
+           <mxGeometry height="30" width="150" x="30" as="geometry">
+             <mxRectangle height="30" width="150" as="alternateBounds" />
+           </mxGeometry>
+         </mxCell>
+         <mxCell id="ID2Fzh_SwZs6bL7ckE7a-25" parent="ID2Fzh_SwZs6bL7ckE7a-18" style="shape=tableRow;horizontal=0;startSize=0;swimlaneHead=0;swimlaneBody=0;fillColor=none;collapsible=0;dropTarget=0;points=[[0,0.5],[1,0.5]];portConstraint=eastwest;top=0;left=0;right=0;bottom=0;" value="" vertex="1">
+           <mxGeometry height="30" width="180" y="60" as="geometry" />
+         </mxCell>
+         <mxCell id="ID2Fzh_SwZs6bL7ckE7a-26" parent="ID2Fzh_SwZs6bL7ckE7a-25" style="shape=partialRectangle;connectable=0;fillColor=none;top=0;left=0;bottom=0;right=0;editable=1;overflow=hidden;whiteSpace=wrap;html=1;" value="" vertex="1">
+           <mxGeometry height="30" width="30" as="geometry">
+             <mxRectangle height="30" width="30" as="alternateBounds" />
+           </mxGeometry>
+         </mxCell>
+         <mxCell id="ID2Fzh_SwZs6bL7ckE7a-27" parent="ID2Fzh_SwZs6bL7ckE7a-25" style="shape=partialRectangle;connectable=0;fillColor=none;top=0;left=0;bottom=0;right=0;align=left;spacingLeft=6;overflow=hidden;whiteSpace=wrap;html=1;" value="interpret_id" vertex="1">
+           <mxGeometry height="30" width="150" x="30" as="geometry">
+             <mxRectangle height="30" width="150" as="alternateBounds" />
+           </mxGeometry>
+         </mxCell>
+         <mxCell id="ID2Fzh_SwZs6bL7ckE7a-31" edge="1" parent="1" source="jdIjezK7AvwHEA0svwDj-17" style="edgeStyle=orthogonalEdgeStyle;rounded=0;orthogonalLoop=1;jettySize=auto;html=1;entryX=1;entryY=0.5;entryDx=0;entryDy=0;startArrow=ERone;startFill=0;endArrow=ERoneToMany;endFill=0;" target="ID2Fzh_SwZs6bL7ckE7a-25">
+           <mxGeometry relative="1" as="geometry" />
+         </mxCell>
+         <mxCell id="ID2Fzh_SwZs6bL7ckE7a-32" edge="1" parent="1" source="jdIjezK7AvwHEA0svwDj-32" style="edgeStyle=orthogonalEdgeStyle;rounded=0;orthogonalLoop=1;jettySize=auto;html=1;entryX=0;entryY=0.5;entryDx=0;entryDy=0;startArrow=ERone;startFill=0;endArrow=ERoneToMany;endFill=0;" target="ID2Fzh_SwZs6bL7ckE7a-22">
+           <mxGeometry relative="1" as="geometry" />
+         </mxCell>
+         <mxCell id="ID2Fzh_SwZs6bL7ckE7a-33" edge="1" parent="1" source="jdIjezK7AvwHEA0svwDj-85" style="edgeStyle=orthogonalEdgeStyle;rounded=0;orthogonalLoop=1;jettySize=auto;html=1;entryX=0;entryY=0.5;entryDx=0;entryDy=0;endArrow=ERone;endFill=0;startArrow=ERoneToMany;startFill=0;" target="jdIjezK7AvwHEA0svwDj-32">
+           <mxGeometry relative="1" as="geometry" />
        </mxCell>
      </root>
    </mxGraphModel>
  </diagram>
</mxfile>
